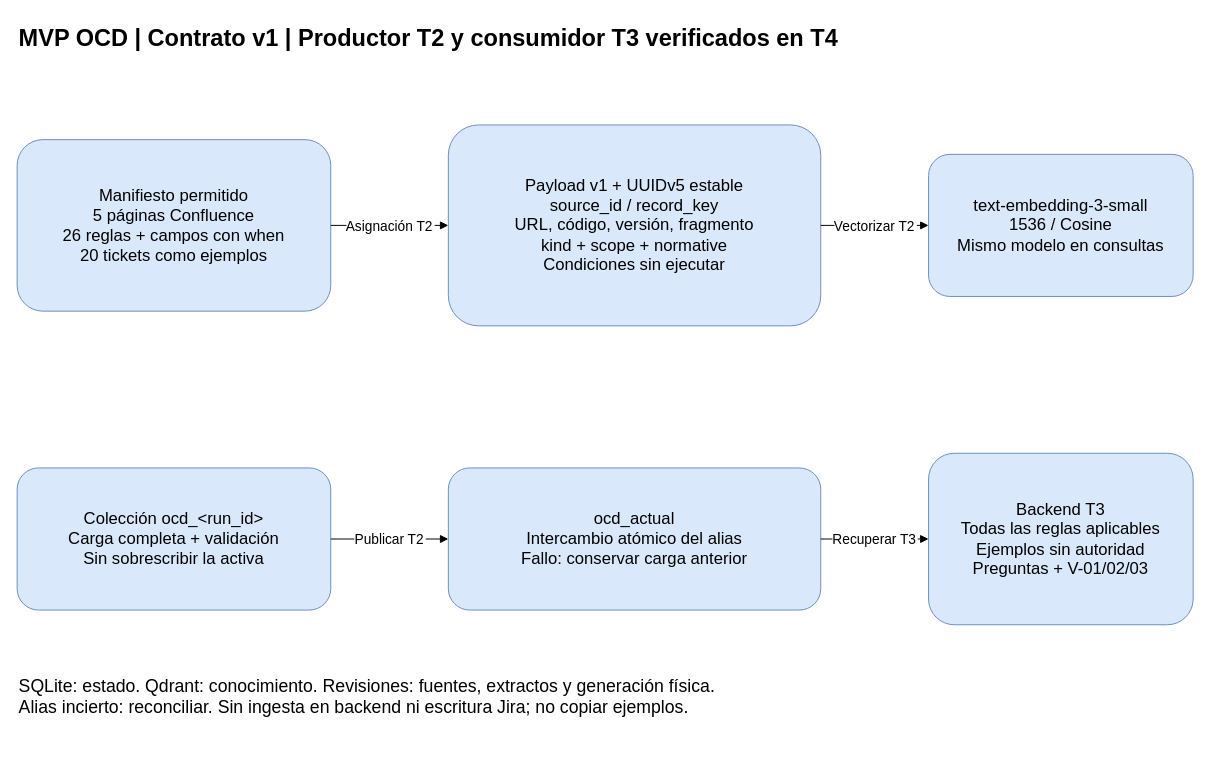
The draw.io diagram page "Contrato de conocimiento" (3 of 3) of docs/MVP_OCD_Arquitectura.drawio in miguelsff/grupo-visa-ai, before the edit. Source tidied: cells renumbered, new cells numbered last; positions are measured from the earlier drawing's top-left corner, leaving out a move shared by most shapes. Both pictures are drawn from the tidied source at 98%, with x=0, y=0 at pixel (17, 17).
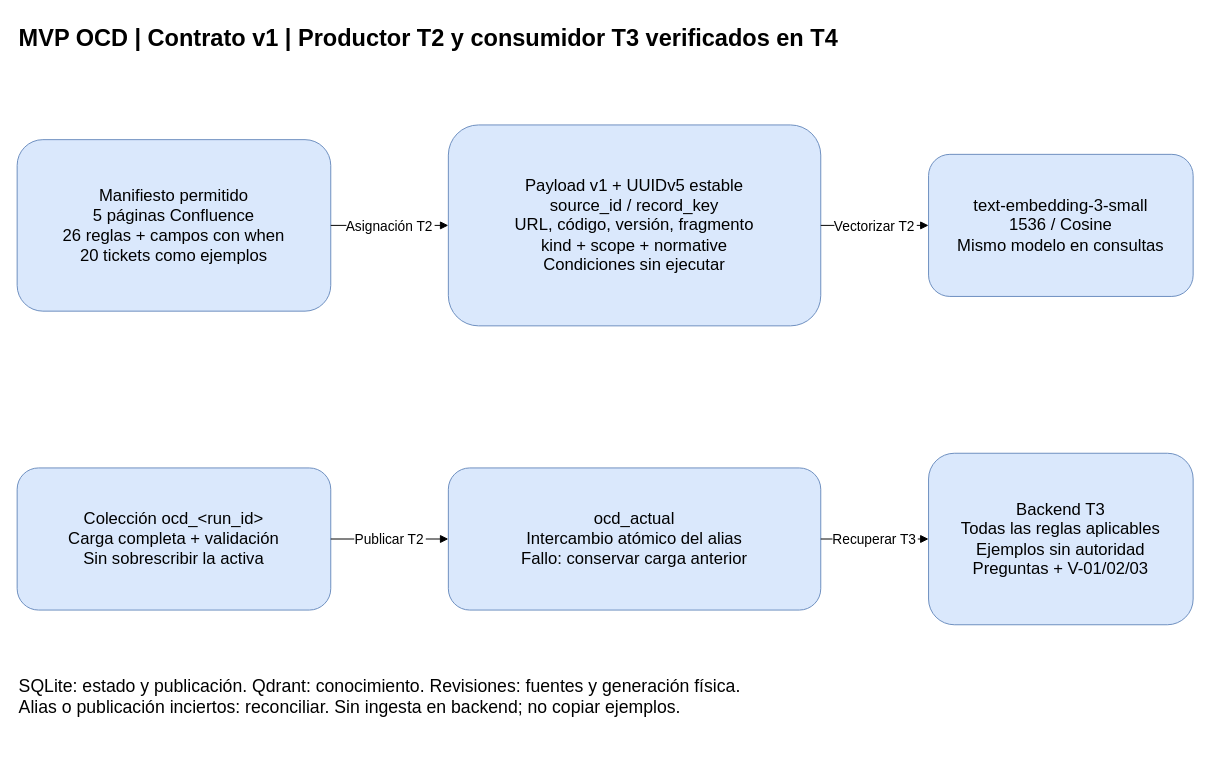
The same page after the edit.

Commit message (it also covers changes not shown here):
Documenta y verifica publicación OCD de demostración

What changed in the source:
```diff
@@
 <mxGraphModel>
   <root>
     <mxCell id="0" />
     <mxCell id="1" parent="0" />
     <mxCell id="2" value="MVP OCD | Contrato v1 | Productor T2 y consumidor T3 verificados en T4" style="text;html=0;align=left;fontSize=24;fontStyle=1;" parent="1" vertex="1">
       <mxGeometry width="1200" height="65" as="geometry" />
     </mxCell>
     <mxCell id="3" value="Manifiesto permitido&#10;5 páginas Confluence&#10;26 reglas + campos con when&#10;20 tickets como ejemplos" style="rounded=1;whiteSpace=wrap;html=0;align=center;verticalAlign=middle;fontSize=17;fillColor=#dae8fc;strokeColor=#6c8ebf;" parent="1" vertex="1">
       <mxGeometry y="125" width="320" height="175" as="geometry" />
     </mxCell>
     <mxCell id="4" value="Payload v1 + UUIDv5 estable&#10;source_id / record_key&#10;URL, código, versión, fragmento&#10;kind + scope + normative&#10;Condiciones sin ejecutar" style="rounded=1;whiteSpace=wrap;html=0;align=center;verticalAlign=middle;fontSize=17;fillColor=#dae8fc;strokeColor=#6c8ebf;" parent="1" vertex="1">
       <mxGeometry x="440" y="110" width="380" height="205" as="geometry" />
     </mxCell>
     <mxCell id="5" value="text-embedding-3-small&#10;1536 / Cosine&#10;Mismo modelo en consultas" style="rounded=1;whiteSpace=wrap;html=0;align=center;verticalAlign=middle;fontSize=17;fillColor=#dae8fc;strokeColor=#6c8ebf;" parent="1" vertex="1">
       <mxGeometry x="930" y="140" width="270" height="145" as="geometry" />
     </mxCell>
     <mxCell id="6" value="Colección ocd_&lt;run_id&gt;&#10;Carga completa + validación&#10;Sin sobrescribir la activa" style="rounded=1;whiteSpace=wrap;html=0;align=center;verticalAlign=middle;fontSize=17;fillColor=#dae8fc;strokeColor=#6c8ebf;" parent="1" vertex="1">
       <mxGeometry y="460" width="320" height="145" as="geometry" />
     </mxCell>
     <mxCell id="7" value="ocd_actual&#10;Intercambio atómico del alias&#10;Fallo: conservar carga anterior" style="rounded=1;whiteSpace=wrap;html=0;align=center;verticalAlign=middle;fontSize=17;fillColor=#dae8fc;strokeColor=#6c8ebf;" parent="1" vertex="1">
       <mxGeometry x="440" y="460" width="380" height="145" as="geometry" />
     </mxCell>
     <mxCell id="8" value="Backend T3&#10;Todas las reglas aplicables&#10;Ejemplos sin autoridad&#10;Preguntas + V-01/02/03" style="rounded=1;whiteSpace=wrap;html=0;align=center;verticalAlign=middle;fontSize=17;fillColor=#dae8fc;strokeColor=#6c8ebf;" parent="1" vertex="1">
       <mxGeometry x="930" y="445" width="270" height="175" as="geometry" />
     </mxCell>
     <mxCell id="9" value="Asignación T2" style="edgeStyle=orthogonalEdgeStyle;html=0;endArrow=block;fontSize=14;" parent="1" edge="1" source="3" target="4">
       <mxGeometry relative="1" as="geometry" />
     </mxCell>
     <mxCell id="10" value="Vectorizar T2" style="edgeStyle=orthogonalEdgeStyle;html=0;endArrow=block;fontSize=14;" parent="1" edge="1" source="4" target="5">
       <mxGeometry relative="1" as="geometry" />
     </mxCell>
     <mxCell id="11" value="Publicar T2" style="edgeStyle=orthogonalEdgeStyle;html=0;endArrow=block;fontSize=14;" parent="1" edge="1" source="6" target="7">
       <mxGeometry relative="1" as="geometry" />
     </mxCell>
     <mxCell id="12" value="Recuperar T3" style="edgeStyle=orthogonalEdgeStyle;html=0;endArrow=block;fontSize=14;" parent="1" edge="1" source="7" target="8">
       <mxGeometry relative="1" as="geometry" />
     </mxCell>
-    <mxCell id="13" value="SQLite: estado. Qdrant: conocimiento. Revisiones: fuentes, extractos y generación física.&#10;Alias incierto: reconciliar. Sin ingesta en backend ni escritura Jira; no copiar ejemplos." style="text;html=0;align=left;fontSize=18;" parent="1" vertex="1">
+    <mxCell id="13" value="SQLite: estado y publicación. Qdrant: conocimiento. Revisiones: fuentes y generación física.&#10;Alias o publicación inciertos: reconciliar. Sin ingesta en backend; no copiar ejemplos." style="text;html=0;align=left;fontSize=18;" parent="1" vertex="1">
       <mxGeometry y="665" width="1200" height="80" as="geometry" />
     </mxCell>
   </root>
 </mxGraphModel>
```
